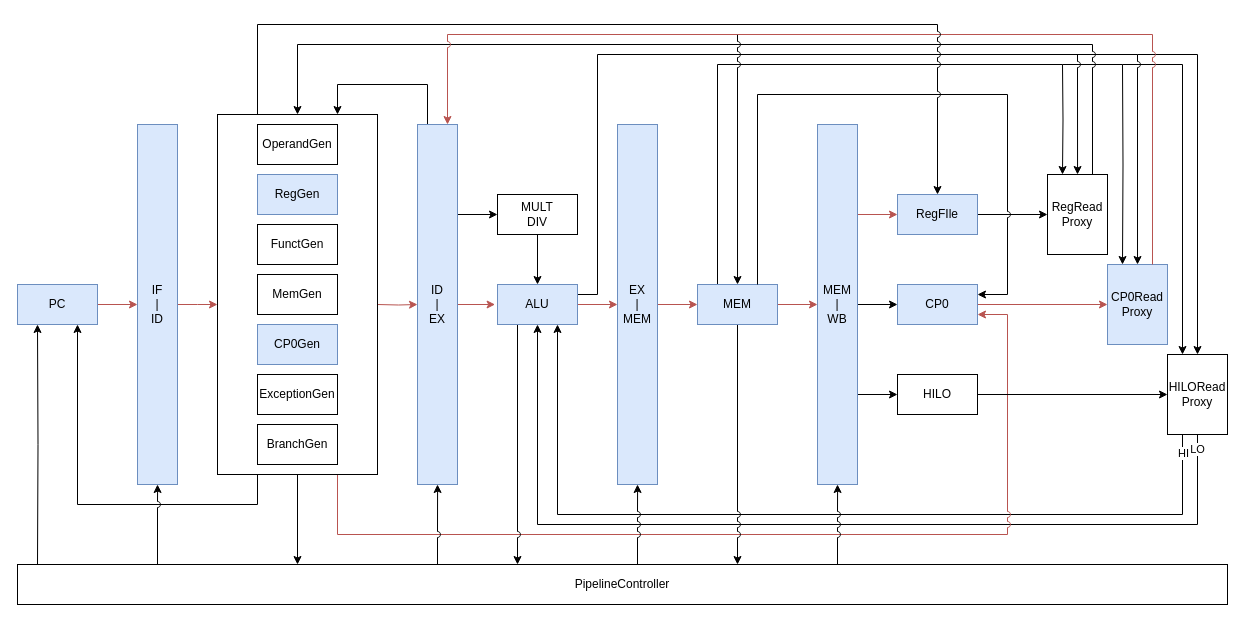
Before: CS/ExternMIPS/特权指令/MTC0.drawio in umiskky/Diagrams, a draw.io diagram. Source tidied: cells renumbered, new cells numbered last; positions are measured from the earlier drawing's top-left corner, leaving out a move shared by most shapes. Both pictures are drawn from the tidied source at 100%, with x=0, y=0 at pixel (17, 24).
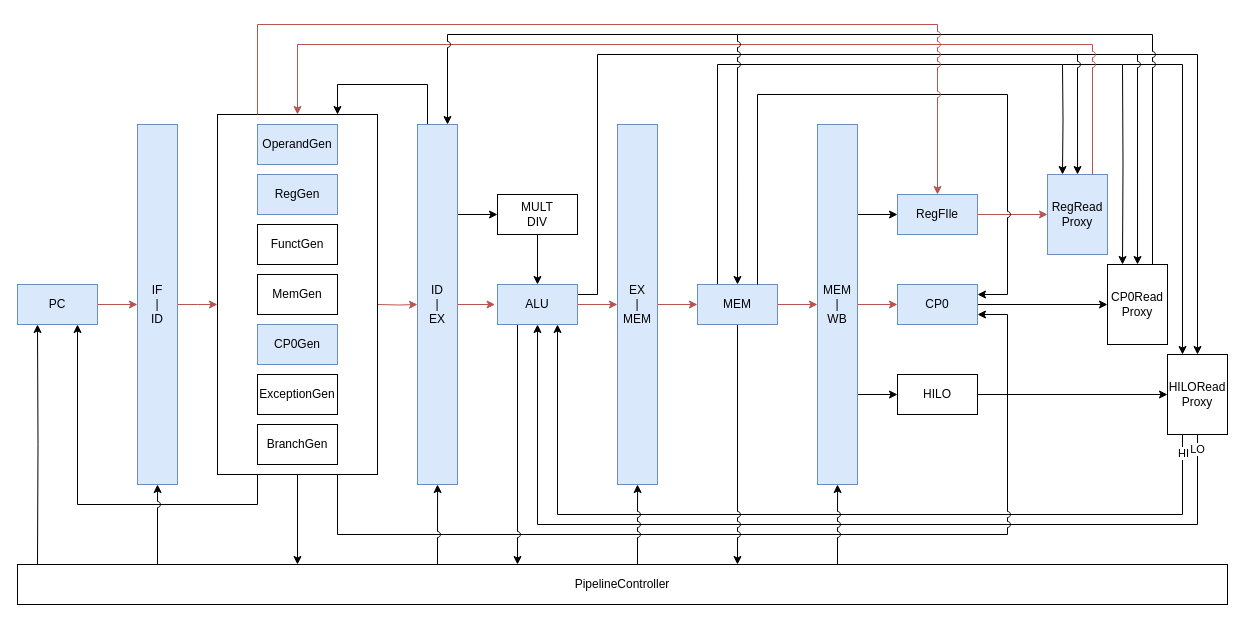
Above is the later version.

The change refers to these unchanged cells:
```xml
<mxCell id="25" value="ID&lt;br&gt;|&lt;br&gt;EX" style="rounded=0;whiteSpace=wrap;html=1;fillColor=#dae8fc;strokeColor=#6c8ebf;" parent="1" vertex="1">
  <mxGeometry x="400" y="100" width="40" height="360" as="geometry" />
</mxCell>
<mxCell id="33" value="MEM&lt;br&gt;|&lt;br&gt;WB" style="rounded=0;whiteSpace=wrap;html=1;fillColor=#dae8fc;strokeColor=#6c8ebf;" parent="1" vertex="1">
  <mxGeometry x="800" y="100" width="40" height="360" as="geometry" />
</mxCell>
<mxCell id="45" value="RegFIle" style="rounded=0;whiteSpace=wrap;html=1;fillColor=#dae8fc;strokeColor=#6c8ebf;" parent="1" vertex="1">
  <mxGeometry x="880" y="170" width="80" height="40" as="geometry" />
</mxCell>
<mxCell id="47" value="CP0" style="rounded=0;whiteSpace=wrap;html=1;fillColor=#dae8fc;strokeColor=#6c8ebf;" parent="1" vertex="1">
  <mxGeometry x="880" y="260" width="80" height="40" as="geometry" />
</mxCell>
<mxCell id="60" value="&lt;blockquote style=&quot;margin: 0 0 0 40px ; border: none ; padding: 0px&quot;&gt;&lt;/blockquote&gt;" style="rounded=0;whiteSpace=wrap;html=1;align=left;" parent="1" vertex="1">
  <mxGeometry x="200" y="90" width="160" height="360" as="geometry" />
</mxCell>
```

The edit, as a diff of the source:
```diff
@@
-    <mxCell id="11" style="edgeStyle=orthogonalEdgeStyle;rounded=0;jettySize=auto;html=1;entryX=1;entryY=0.75;entryDx=0;entryDy=0;jumpStyle=arc;fillColor=#f8cecc;strokeColor=#b85450;" parent="1" edge="1" source="60" target="47">
+    <mxCell id="11" style="edgeStyle=orthogonalEdgeStyle;rounded=0;jettySize=auto;html=1;entryX=1;entryY=0.75;entryDx=0;entryDy=0;jumpStyle=arc;" parent="1" edge="1" source="60" target="47">
       <mxGeometry relative="1" as="geometry">
         <Array as="points">
           <mxPoint x="320" y="510" />
           <mxPoint x="990" y="510" />
           <mxPoint x="990" y="290" />
         </Array>
       </mxGeometry>
     </mxCell>
@@
-    <mxCell id="29" style="edgeStyle=orthogonalEdgeStyle;rounded=0;jettySize=auto;html=1;exitX=1;exitY=0.5;exitDx=0;exitDy=0;entryX=0;entryY=0.5;entryDx=0;entryDy=0;" parent="1" edge="1" source="33" target="47">
+    <mxCell id="29" style="edgeStyle=orthogonalEdgeStyle;rounded=0;jettySize=auto;html=1;exitX=1;exitY=0.5;exitDx=0;exitDy=0;entryX=0;entryY=0.5;entryDx=0;entryDy=0;fillColor=#f8cecc;strokeColor=#b85450;" parent="1" edge="1" source="33" target="47">
       <mxGeometry relative="1" as="geometry" />
     </mxCell>
-    <mxCell id="30" style="edgeStyle=orthogonalEdgeStyle;rounded=0;jettySize=auto;html=1;exitX=1;exitY=0.25;exitDx=0;exitDy=0;entryX=0;entryY=0.5;entryDx=0;entryDy=0;fillColor=#f8cecc;strokeColor=#b85450;" parent="1" edge="1" source="33" target="45">
+    <mxCell id="30" style="edgeStyle=orthogonalEdgeStyle;rounded=0;jettySize=auto;html=1;exitX=1;exitY=0.25;exitDx=0;exitDy=0;entryX=0;entryY=0.5;entryDx=0;entryDy=0;" parent="1" edge="1" source="33" target="45">
       <mxGeometry relative="1" as="geometry" />
     </mxCell>
@@
-    <mxCell id="44" style="edgeStyle=orthogonalEdgeStyle;rounded=0;jettySize=auto;html=1;exitX=1;exitY=0.5;exitDx=0;exitDy=0;entryX=0;entryY=0.5;entryDx=0;entryDy=0;" parent="1" edge="1" source="45" target="51">
+    <mxCell id="44" style="edgeStyle=orthogonalEdgeStyle;rounded=0;jettySize=auto;html=1;exitX=1;exitY=0.5;exitDx=0;exitDy=0;entryX=0;entryY=0.5;entryDx=0;entryDy=0;fillColor=#f8cecc;strokeColor=#b85450;" parent="1" edge="1" source="45" target="51">
       <mxGeometry relative="1" as="geometry" />
     </mxCell>
@@
-    <mxCell id="46" style="edgeStyle=orthogonalEdgeStyle;rounded=0;jettySize=auto;html=1;exitX=1;exitY=0.5;exitDx=0;exitDy=0;entryX=0;entryY=0.5;entryDx=0;entryDy=0;fillColor=#f8cecc;strokeColor=#b85450;" parent="1" edge="1" source="47" target="53">
+    <mxCell id="46" style="edgeStyle=orthogonalEdgeStyle;rounded=0;jettySize=auto;html=1;exitX=1;exitY=0.5;exitDx=0;exitDy=0;entryX=0;entryY=0.5;entryDx=0;entryDy=0;" parent="1" edge="1" source="47" target="53">
       <mxGeometry relative="1" as="geometry" />
     </mxCell>
@@
-    <mxCell id="51" value="RegRead&lt;br&gt;Proxy" style="rounded=0;whiteSpace=wrap;html=1;" parent="1" vertex="1">
+    <mxCell id="51" value="RegRead&lt;br&gt;Proxy" style="rounded=0;whiteSpace=wrap;html=1;fillColor=#dae8fc;strokeColor=#6c8ebf;" parent="1" vertex="1">
       <mxGeometry x="1030" y="150" width="60" height="80" as="geometry" />
     </mxCell>
@@
-    <mxCell id="53" value="CP0Read&lt;br&gt;Proxy" style="rounded=0;whiteSpace=wrap;html=1;fillColor=#dae8fc;strokeColor=#6c8ebf;" parent="1" vertex="1">
+    <mxCell id="53" value="CP0Read&lt;br&gt;Proxy" style="rounded=0;whiteSpace=wrap;html=1;" parent="1" vertex="1">
       <mxGeometry x="1090" y="240" width="60" height="80" as="geometry" />
     </mxCell>
@@
-    <mxCell id="57" style="edgeStyle=orthogonalEdgeStyle;rounded=0;jettySize=auto;html=1;exitX=0.75;exitY=0;exitDx=0;exitDy=0;jumpStyle=arc;entryX=0.5;entryY=0;entryDx=0;entryDy=0;" parent="1" edge="1" source="51" target="60">
+    <mxCell id="57" style="edgeStyle=orthogonalEdgeStyle;rounded=0;jettySize=auto;html=1;exitX=0.75;exitY=0;exitDx=0;exitDy=0;jumpStyle=arc;entryX=0.5;entryY=0;entryDx=0;entryDy=0;fillColor=#f8cecc;strokeColor=#b85450;" parent="1" edge="1" source="51" target="60">
       <mxGeometry relative="1" as="geometry">
         <Array as="points">
           <mxPoint x="1075" y="20" />
           <mxPoint x="280" y="20" />
         </Array>
       </mxGeometry>
     </mxCell>
-    <mxCell id="58" style="edgeStyle=orthogonalEdgeStyle;rounded=0;jettySize=auto;html=1;entryX=0.75;entryY=0;entryDx=0;entryDy=0;jumpStyle=arc;fillColor=#f8cecc;strokeColor=#b85450;" parent="1" edge="1" target="25">
+    <mxCell id="58" style="edgeStyle=orthogonalEdgeStyle;rounded=0;jettySize=auto;html=1;entryX=0.75;entryY=0;entryDx=0;entryDy=0;jumpStyle=arc;" parent="1" edge="1" target="25">
       <mxGeometry relative="1" as="geometry">
         <mxPoint x="720" y="10" as="sourcePoint" />
         <Array as="points">
           <mxPoint x="430" y="10" />
         </Array>
       </mxGeometry>
     </mxCell>
@@
-    <mxCell id="61" value="OperandGen" style="rounded=0;whiteSpace=wrap;html=1;" parent="1" vertex="1">
+    <mxCell id="61" value="OperandGen" style="rounded=0;whiteSpace=wrap;html=1;fillColor=#dae8fc;strokeColor=#6c8ebf;" parent="1" vertex="1">
       <mxGeometry x="240" y="100" width="80" height="40" as="geometry" />
     </mxCell>
@@
-    <mxCell id="69" style="endArrow=none;html=1;entryX=0.75;entryY=0;entryDx=0;entryDy=0;rounded=0;jumpStyle=arc;fillColor=#f8cecc;strokeColor=#b85450;" parent="1" edge="1" target="53">
+    <mxCell id="69" style="endArrow=none;html=1;entryX=0.75;entryY=0;entryDx=0;entryDy=0;rounded=0;jumpStyle=arc;" parent="1" edge="1" target="53">
       <mxGeometry relative="1" as="geometry">
         <mxPoint x="720" y="10" as="sourcePoint" />
         <Array as="points">
           <mxPoint x="1135" y="10" />
         </Array>
       </mxGeometry>
     </mxCell>
@@
-    <mxCell id="71" style="edgeStyle=orthogonalEdgeStyle;rounded=0;jumpStyle=arc;jettySize=auto;html=1;entryX=0.5;entryY=0;entryDx=0;entryDy=0;endFill=1;" parent="1" edge="1" target="45">
+    <mxCell id="71" style="edgeStyle=orthogonalEdgeStyle;rounded=0;jumpStyle=arc;jettySize=auto;html=1;entryX=0.5;entryY=0;entryDx=0;entryDy=0;endFill=1;fillColor=#f8cecc;strokeColor=#b85450;" parent="1" edge="1" target="45">
       <mxGeometry relative="1" as="geometry">
         <mxPoint x="240" y="90" as="sourcePoint" />
         <Array as="points">
           <mxPoint x="240" y="90" />
           <mxPoint x="240" />
           <mxPoint x="920" />
         </Array>
       </mxGeometry>
     </mxCell>
```
